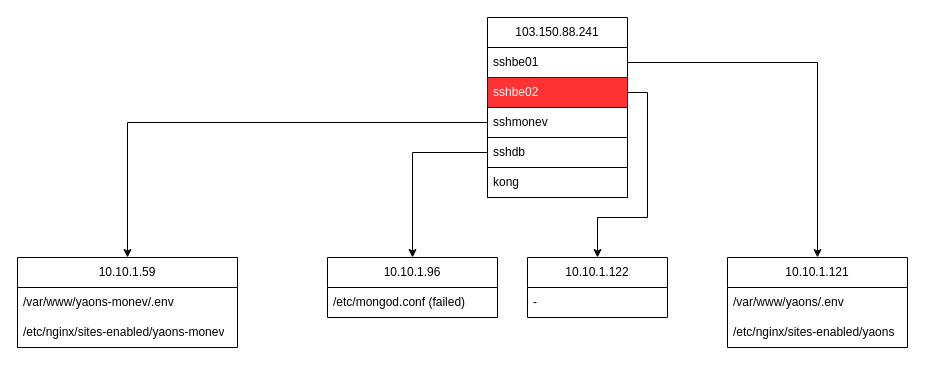
fsdio/draw.io.dev keeps this draw.io diagram as page "Architecture Servers" (2 of 2) of YAONS.drawio. Above is the earlier version. Source tidied: cells renumbered, new cells numbered last; positions are measured from the earlier drawing's top-left corner, leaving out a move shared by most shapes. Both pictures are drawn from the tidied source at 100%, with x=0, y=0 at pixel (17, 17).
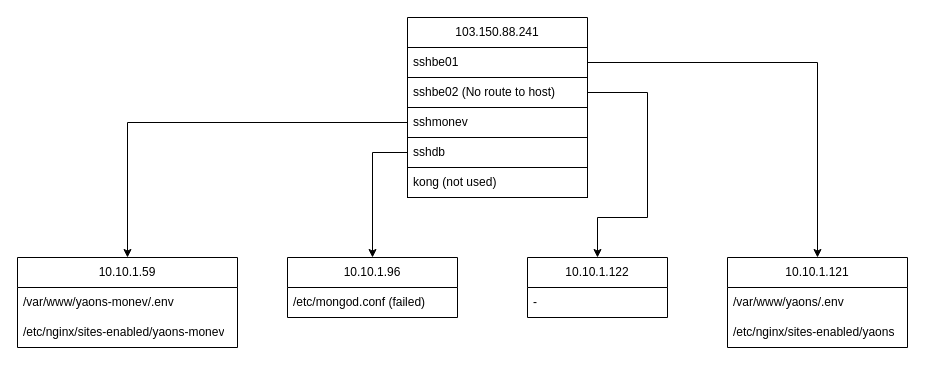
Above is the later version.

The edit, as a diff of the source:
```diff
@@
     <mxCell id="2" value="103.150.88.241" style="swimlane;fontStyle=0;horizontal=1;startSize=30;whiteSpace=wrap;html=1;" parent="1" vertex="1">
-      <mxGeometry x="470" width="140" height="180" as="geometry" />
+      <mxGeometry x="390" width="180" height="180" as="geometry" />
     </mxCell>
     <mxCell id="3" value="sshbe01" style="text;strokeColor=default;fillColor=none;align=left;verticalAlign=middle;spacingLeft=4;spacingRight=4;overflow=hidden;points=[[0,0.5],[1,0.5]];portConstraint=eastwest;whiteSpace=wrap;html=1;" parent="2" vertex="1">
-      <mxGeometry y="30" width="140" height="30" as="geometry" />
+      <mxGeometry y="30" width="180" height="30" as="geometry" />
     </mxCell>
-    <mxCell id="4" value="sshbe02" style="text;strokeColor=#6F0000;fillColor=#FF3333;align=left;verticalAlign=middle;spacingLeft=4;spacingRight=4;overflow=hidden;points=[[0,0.5],[1,0.5]];portConstraint=eastwest;whiteSpace=wrap;html=1;fontColor=#ffffff;" parent="2" vertex="1">
-      <mxGeometry y="60" width="140" height="30" as="geometry" />
+    <mxCell id="4" value="sshbe02 (No route to host)" style="text;align=left;verticalAlign=middle;spacingLeft=4;spacingRight=4;overflow=hidden;points=[[0,0.5],[1,0.5]];portConstraint=eastwest;whiteSpace=wrap;html=1;" parent="2" vertex="1">
+      <mxGeometry y="60" width="180" height="30" as="geometry" />
     </mxCell>
     <mxCell id="5" value="sshmonev" style="text;strokeColor=default;fillColor=none;align=left;verticalAlign=middle;spacingLeft=4;spacingRight=4;overflow=hidden;points=[[0,0.5],[1,0.5]];portConstraint=eastwest;whiteSpace=wrap;html=1;" parent="2" vertex="1">
-      <mxGeometry y="90" width="140" height="30" as="geometry" />
+      <mxGeometry y="90" width="180" height="30" as="geometry" />
     </mxCell>
     <mxCell id="6" value="sshdb" style="text;strokeColor=default;fillColor=none;align=left;verticalAlign=middle;spacingLeft=4;spacingRight=4;overflow=hidden;points=[[0,0.5],[1,0.5]];portConstraint=eastwest;whiteSpace=wrap;html=1;" parent="2" vertex="1">
-      <mxGeometry y="120" width="140" height="30" as="geometry" />
+      <mxGeometry y="120" width="180" height="30" as="geometry" />
     </mxCell>
-    <mxCell id="7" value="kong" style="text;strokeColor=default;fillColor=none;align=left;verticalAlign=middle;spacingLeft=4;spacingRight=4;overflow=hidden;whiteSpace=wrap;html=1;" parent="2" vertex="1">
-      <mxGeometry y="150" width="140" height="30" as="geometry" />
+    <mxCell id="7" value="kong (not used)" style="text;strokeColor=default;fillColor=none;align=left;verticalAlign=middle;spacingLeft=4;spacingRight=4;overflow=hidden;whiteSpace=wrap;html=1;" parent="2" vertex="1">
+      <mxGeometry y="150" width="180" height="30" as="geometry" />
     </mxCell>
@@
     <mxCell id="16" value="10.10.1.96" style="swimlane;fontStyle=0;horizontal=1;startSize=30;whiteSpace=wrap;html=1;" parent="1" vertex="1">
-      <mxGeometry x="310" y="240" width="170" height="60" as="geometry" />
+      <mxGeometry x="270" y="240" width="170" height="60" as="geometry" />
     </mxCell>
```
